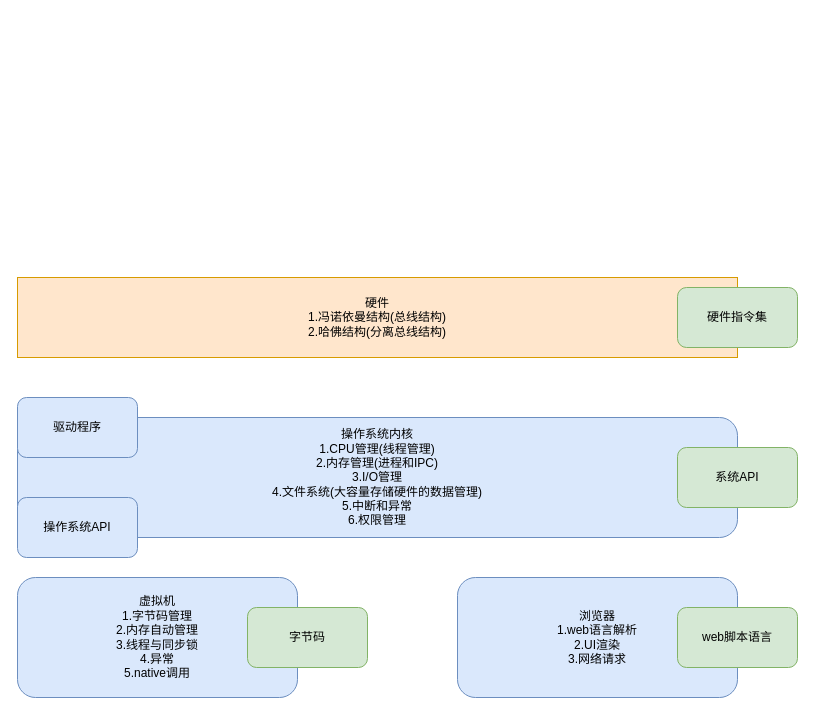
Earlier version of the draw.io diagram page "指令" (6 of 6) of base_model/实体和语言.drawio (cyxm/CodeGenerator). Source tidied: cells renumbered, new cells numbered last; positions are measured from the earlier drawing's top-left corner, leaving out a move shared by most shapes. Both pictures are drawn from the tidied source at 100%, with x=0, y=0 at pixel (17, 277).
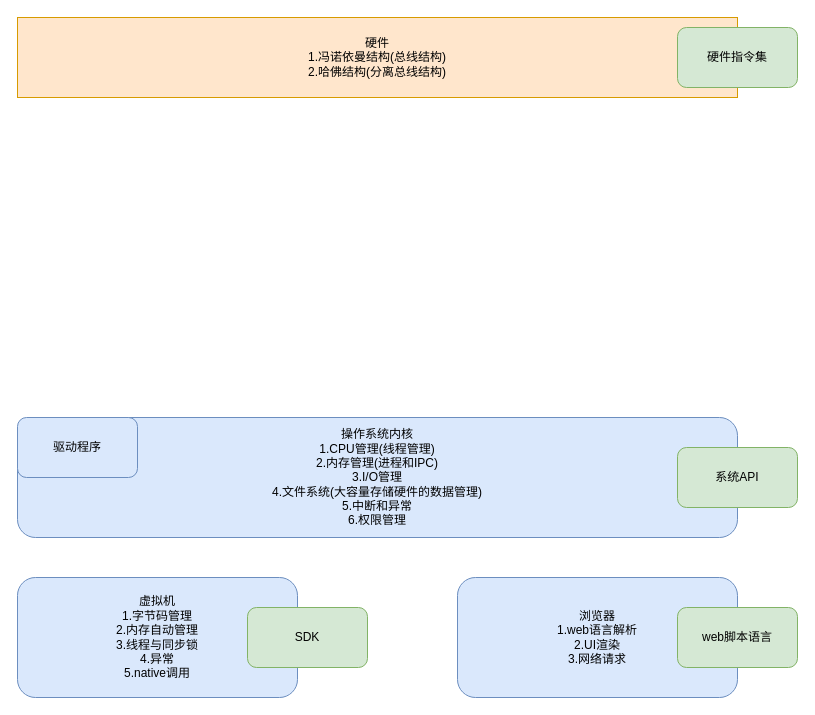
After the change.

Change to the diagram source:
```diff
@@
 <mxGraphModel>
   <root>
     <mxCell id="0" />
     <mxCell id="1" parent="0" />
     <mxCell id="2" value="&lt;div&gt;硬件&lt;/div&gt;&lt;div&gt;1.冯诺依曼结构(总线结构)&lt;/div&gt;&lt;div&gt;2.哈佛结构(分离总线结构)&lt;/div&gt;" style="rounded=0;whiteSpace=wrap;html=1;fillColor=#ffe6cc;strokeColor=#d79b00;" parent="1" vertex="1">
-      <mxGeometry width="720" height="80" as="geometry" />
+      <mxGeometry y="-260" width="720" height="80" as="geometry" />
     </mxCell>
     <mxCell id="3" value="&lt;div&gt;操作系统内核&lt;/div&gt;&lt;div&gt;1.CPU管理(线程管理)&lt;/div&gt;&lt;div&gt;2.内存管理(进程和IPC)&lt;/div&gt;&lt;div&gt;3.I/O管理&lt;/div&gt;&lt;div&gt;4.文件系统(大容量存储硬件的数据管理)&lt;/div&gt;&lt;div&gt;5.中断和异常&lt;/div&gt;&lt;div&gt;6.权限管理&lt;/div&gt;" style="rounded=1;whiteSpace=wrap;html=1;fillColor=#dae8fc;strokeColor=#6c8ebf;" parent="1" vertex="1">
       <mxGeometry y="140" width="720" height="120" as="geometry" />
     </mxCell>
     <mxCell id="4" value="驱动程序" style="rounded=1;whiteSpace=wrap;html=1;fillColor=#dae8fc;strokeColor=#6c8ebf;" parent="1" vertex="1">
-      <mxGeometry y="120" width="120" height="60" as="geometry" />
+      <mxGeometry y="140" width="120" height="60" as="geometry" />
     </mxCell>
     <mxCell id="5" value="硬件指令集" style="rounded=1;whiteSpace=wrap;html=1;fillColor=#d5e8d4;strokeColor=#82b366;" parent="1" vertex="1">
-      <mxGeometry x="660" y="10" width="120" height="60" as="geometry" />
+      <mxGeometry x="660" y="-250" width="120" height="60" as="geometry" />
     </mxCell>
     <mxCell id="6" value="&lt;div&gt;虚拟机&lt;/div&gt;&lt;div&gt;1.字节码管理&lt;/div&gt;&lt;div&gt;2.内存自动管理&lt;/div&gt;&lt;div&gt;3.线程与同步锁&lt;/div&gt;&lt;div&gt;4.异常&lt;/div&gt;&lt;div&gt;5.native调用&lt;/div&gt;" style="rounded=1;whiteSpace=wrap;html=1;fillColor=#dae8fc;strokeColor=#6c8ebf;" parent="1" vertex="1">
       <mxGeometry y="300" width="280" height="120" as="geometry" />
     </mxCell>
     <mxCell id="7" value="&lt;div&gt;浏览器&lt;/div&gt;&lt;div&gt;1.web语言解析&lt;/div&gt;&lt;div&gt;2.UI渲染&lt;/div&gt;&lt;div&gt;3.网络请求&lt;/div&gt;" style="rounded=1;whiteSpace=wrap;html=1;fillColor=#dae8fc;strokeColor=#6c8ebf;" parent="1" vertex="1">
       <mxGeometry x="440" y="300" width="280" height="120" as="geometry" />
     </mxCell>
-    <mxCell id="8" value="操作系统API" style="rounded=1;whiteSpace=wrap;html=1;fillColor=#dae8fc;strokeColor=#6c8ebf;" parent="1" vertex="1">
-      <mxGeometry y="220" width="120" height="60" as="geometry" />
-    </mxCell>
-    <mxCell id="9" value="字节码" style="rounded=1;whiteSpace=wrap;html=1;fillColor=#d5e8d4;strokeColor=#82b366;" parent="1" vertex="1">
+    <mxCell id="9" value="SDK" style="rounded=1;whiteSpace=wrap;html=1;fillColor=#d5e8d4;strokeColor=#82b366;" parent="1" vertex="1">
       <mxGeometry x="230" y="330" width="120" height="60" as="geometry" />
     </mxCell>
     <mxCell id="10" value="web脚本语言" style="rounded=1;whiteSpace=wrap;html=1;fillColor=#d5e8d4;strokeColor=#82b366;" parent="1" vertex="1">
       <mxGeometry x="660" y="330" width="120" height="60" as="geometry" />
     </mxCell>
     <mxCell id="11" value="系统API" style="rounded=1;whiteSpace=wrap;html=1;fillColor=#d5e8d4;strokeColor=#82b366;" parent="1" vertex="1">
       <mxGeometry x="660" y="170" width="120" height="60" as="geometry" />
     </mxCell>
   </root>
 </mxGraphModel>
```
